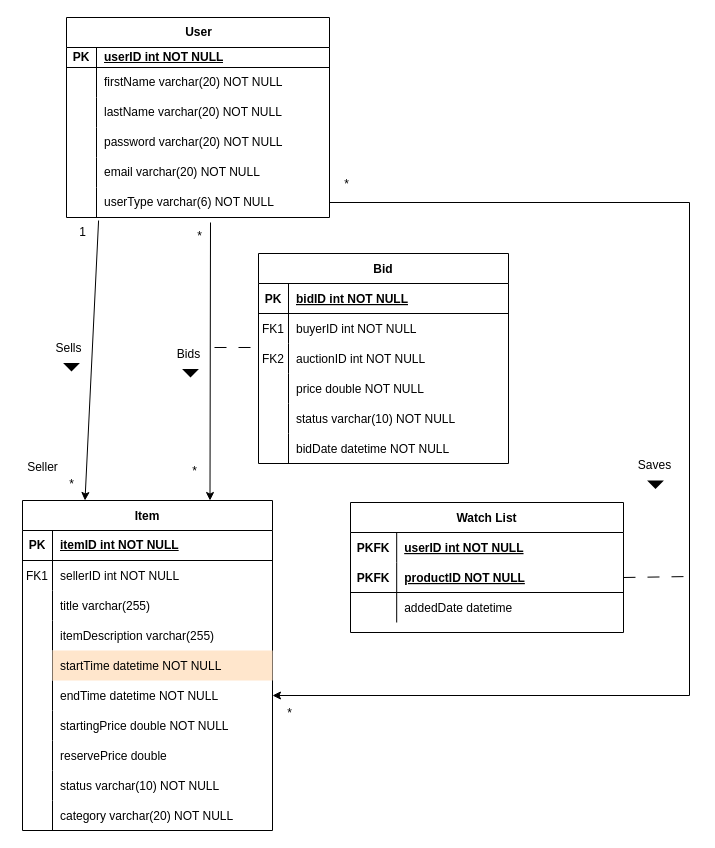
Before: Soran_ER_Diagram.drawio in AnTienHuang/COMP0178, a draw.io diagram. Source tidied: cells renumbered, new cells numbered last; positions are measured from the earlier drawing's top-left corner, leaving out a move shared by most shapes. Both pictures are drawn from the tidied source at 100%, with x=0, y=0 at pixel (17, 17).
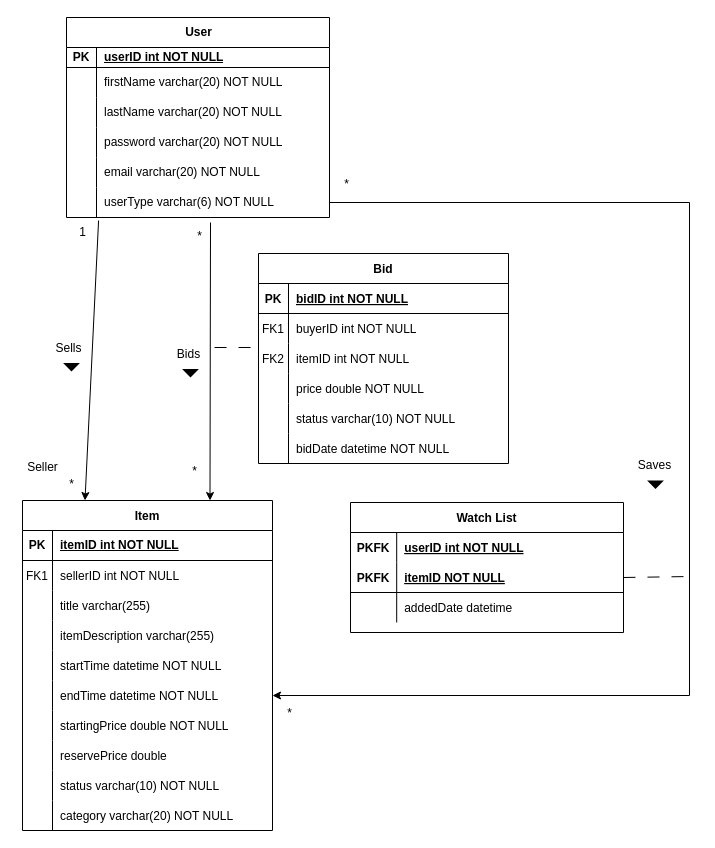
Above is the later version.

The change refers to these unchanged cells:
```xml
<mxCell id="30" style="shape=partialRectangle;fillColor=none;points=[[0,0.5],[1,0.5]];portConstraint=eastwest;top=0;left=0;right=0;bottom=0;" parent="23" vertex="1">
  <mxGeometry y="90" width="250" height="30" as="geometry" />
</mxCell>
<mxCell id="57" style="shape=partialRectangle;fillColor=none;top=0;left=0;right=0;bottom=0;" parent="44" vertex="1">
  <mxGeometry y="150" width="250" height="30" as="geometry" />
</mxCell>
<mxCell id="91" style="shape=partialRectangle;fillColor=none;top=0;left=0;right=0;bottom=1;" parent="87" vertex="1">
  <mxGeometry y="60" width="273" height="30" as="geometry" />
</mxCell>
```

Change to the diagram source:
```diff
@@
-    <mxCell id="32" value="auctionID int NOT NULL" style="shape=partialRectangle;overflow=hidden;fillColor=none;top=0;left=0;bottom=0;right=0;align=left;spacingLeft=6;" parent="30" vertex="1">
+    <mxCell id="32" value="itemID int NOT NULL" style="shape=partialRectangle;overflow=hidden;fillColor=none;top=0;left=0;bottom=0;right=0;align=left;spacingLeft=6;" parent="30" vertex="1">
       <mxGeometry x="30" width="220" height="30" as="geometry" />
     </mxCell>
@@
-    <mxCell id="59" value="startTime datetime NOT NULL" style="shape=partialRectangle;overflow=hidden;fillColor=#ffe6cc;top=0;left=0;bottom=0;right=0;align=left;spacingLeft=6;strokeColor=#d79b00;" parent="57" vertex="1">
+    <mxCell id="59" value="startTime datetime NOT NULL" style="shape=partialRectangle;overflow=hidden;top=0;left=0;bottom=0;right=0;align=left;spacingLeft=6;fillColor=none;" parent="57" vertex="1">
       <mxGeometry x="30" width="220" height="30" as="geometry" />
     </mxCell>
@@
-    <mxCell id="93" value="productID NOT NULL" style="shape=partialRectangle;overflow=hidden;fillColor=none;top=0;left=0;bottom=0;right=0;align=left;spacingLeft=6;fontStyle=5;" parent="91" vertex="1">
+    <mxCell id="93" value="itemID NOT NULL" style="shape=partialRectangle;overflow=hidden;fillColor=none;top=0;left=0;bottom=0;right=0;align=left;spacingLeft=6;fontStyle=5;" parent="91" vertex="1">
       <mxGeometry x="46.2" width="226.8" height="30" as="geometry" />
     </mxCell>
```
